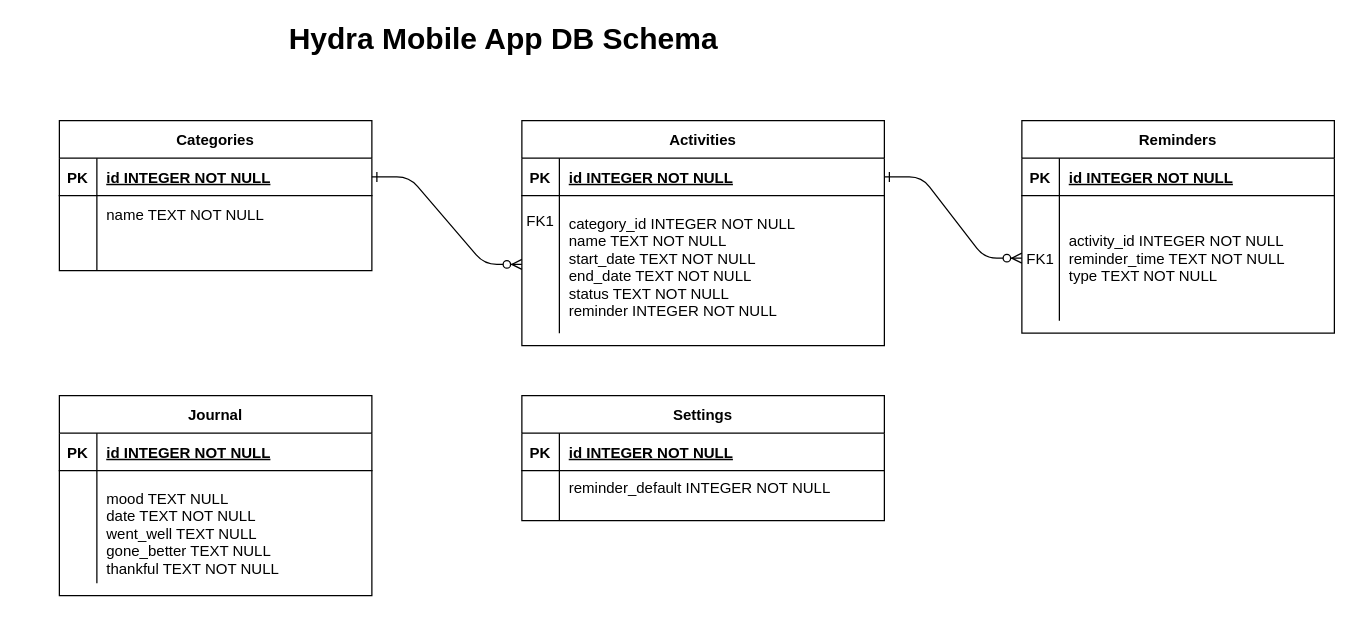
This is docs/activity-db.drawio from grizzthedj/hydra-mobile-old, a draw.io file, before an edit. Source tidied: cells renumbered, new cells numbered last; positions are measured from the earlier drawing's top-left corner, leaving out a move shared by most shapes. Both pictures are drawn from the tidied source at 125%, with x=0, y=0 at pixel (59, 26).
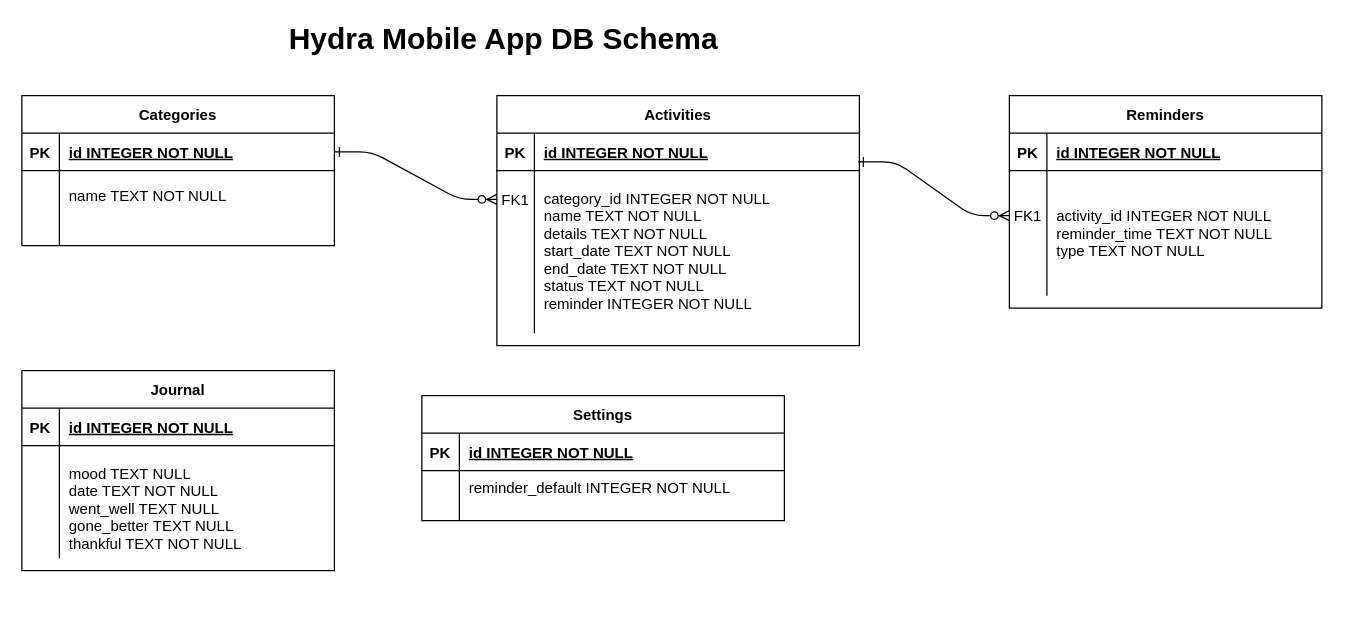
The same diagram, later.

Unchanged cells that the change refers to:
```xml
<mxCell id="4" style="shape=partialRectangle;fillColor=none;points=[[0,0.5],[1,0.5]];portConstraint=eastwest;top=0;left=0;right=0;bottom=1;" parent="3" vertex="1">
  <mxGeometry y="30" width="250" height="30" as="geometry" />
</mxCell>
<mxCell id="17" style="shape=partialRectangle;fillColor=none;points=[[0,0.5],[1,0.5]];portConstraint=eastwest;top=0;left=0;right=0;bottom=0;" parent="13" vertex="1">
  <mxGeometry y="60" width="250" height="100" as="geometry" />
</mxCell>
<mxCell id="21" style="shape=partialRectangle;fillColor=none;points=[[0,0.5],[1,0.5]];portConstraint=eastwest;top=0;left=0;right=0;bottom=1;" parent="20" vertex="1">
  <mxGeometry y="30" width="290" height="30" as="geometry" />
</mxCell>
```

What changed in the source:
```diff
@@
-    <mxCell id="2" style="edgeStyle=entityRelationEdgeStyle;endArrow=ERzeroToMany;startArrow=ERone;endFill=1;startFill=0;exitX=1;exitY=0.5;exitDx=0;exitDy=0;" parent="1" edge="1" source="21" target="17">
+    <mxCell id="2" style="edgeStyle=entityRelationEdgeStyle;endArrow=ERzeroToMany;startArrow=ERone;endFill=1;startFill=0;entryX=0;entryY=0.36;entryDx=0;entryDy=0;exitX=0.997;exitY=0.767;exitDx=0;exitDy=0;exitPerimeter=0;entryPerimeter=0;" parent="1" edge="1" source="21" target="17">
       <mxGeometry relative="1" as="geometry" />
     </mxCell>
     <mxCell id="3" value="Categories" style="shape=table;startSize=30;childLayout=tableLayout;rowLines=0;fontStyle=1;align=center;" parent="1" vertex="1">
-      <mxGeometry y="75" width="250" height="120" as="geometry" />
+      <mxGeometry x="-30" y="55" width="250" height="120" as="geometry" />
     </mxCell>
@@
     <mxCell id="7" style="shape=partialRectangle;fillColor=none;top=0;left=0;right=0;bottom=0;" parent="3" vertex="1">
-      <mxGeometry y="60" width="250" height="30" as="geometry" />
+      <mxGeometry y="60" width="250" height="40" as="geometry" />
     </mxCell>
     <mxCell id="8" style="shape=partialRectangle;overflow=hidden;fillColor=none;top=0;left=0;bottom=0;right=0;" parent="7" vertex="1">
-      <mxGeometry width="30" height="30" as="geometry" />
+      <mxGeometry width="30" height="40" as="geometry" />
     </mxCell>
     <mxCell id="9" value="name TEXT NOT NULL" style="shape=partialRectangle;overflow=hidden;fillColor=none;top=0;left=0;bottom=0;right=0;align=left;spacingLeft=6;" parent="7" vertex="1">
-      <mxGeometry x="30" width="220" height="30" as="geometry" />
+      <mxGeometry x="30" width="220" height="40" as="geometry" />
     </mxCell>
     <mxCell id="10" style="shape=partialRectangle;fillColor=none;top=0;left=0;right=0;bottom=0;" parent="3" vertex="1">
-      <mxGeometry y="90" width="250" height="30" as="geometry" />
+      <mxGeometry y="100" width="250" height="20" as="geometry" />
     </mxCell>
     <mxCell id="11" style="shape=partialRectangle;overflow=hidden;fillColor=none;top=0;left=0;bottom=0;right=0;" parent="10" vertex="1">
-      <mxGeometry width="30" height="30" as="geometry" />
+      <mxGeometry width="30" height="20" as="geometry" />
     </mxCell>
     <mxCell id="12" style="shape=partialRectangle;overflow=hidden;fillColor=none;top=0;left=0;bottom=0;right=0;align=left;spacingLeft=6;" parent="10" vertex="1">
-      <mxGeometry x="30" width="220" height="30" as="geometry" />
+      <mxGeometry x="30" width="220" height="20" as="geometry" />
     </mxCell>
     <mxCell id="13" value="Reminders" style="shape=table;startSize=30;childLayout=tableLayout;rowLines=0;fontStyle=1;align=center;" parent="1" vertex="1">
-      <mxGeometry x="770" y="75" width="250" height="170" as="geometry" />
+      <mxGeometry x="760" y="55" width="250" height="170" as="geometry" />
     </mxCell>
@@
-    <mxCell id="18" value="FK1" style="shape=partialRectangle;overflow=hidden;fillColor=none;top=0;left=0;bottom=0;right=0;" parent="17" vertex="1">
+    <mxCell id="18" value="FK1&#10;&#10;" style="shape=partialRectangle;overflow=hidden;fillColor=none;top=0;left=0;bottom=0;right=0;" parent="17" vertex="1">
       <mxGeometry width="30" height="100" as="geometry" />
     </mxCell>
@@
     <mxCell id="20" value="Activities" style="shape=table;startSize=30;childLayout=tableLayout;rowLines=0;fontStyle=1;align=center;" parent="1" vertex="1">
-      <mxGeometry x="370" y="75" width="290" height="180" as="geometry" />
+      <mxGeometry x="350" y="55" width="290" height="200" as="geometry" />
     </mxCell>
@@
     <mxCell id="24" style="shape=partialRectangle;fillColor=none;points=[[0,0.5],[1,0.5]];portConstraint=eastwest;top=0;left=0;right=0;bottom=0;" parent="20" vertex="1">
-      <mxGeometry y="60" width="290" height="110" as="geometry" />
+      <mxGeometry y="60" width="290" height="130" as="geometry" />
     </mxCell>
-    <mxCell id="25" value="FK1&#10;&#10;&#10;&#10;&#10;" style="shape=partialRectangle;overflow=hidden;fillColor=none;top=0;left=0;bottom=0;right=0;" parent="24" vertex="1">
-      <mxGeometry width="30" height="110" as="geometry" />
+    <mxCell id="25" value="FK1&#10;&#10;&#10;&#10;&#10;&#10;" style="shape=partialRectangle;overflow=hidden;fillColor=none;top=0;left=0;bottom=0;right=0;" parent="24" vertex="1">
+      <mxGeometry width="30" height="130" as="geometry" />
     </mxCell>
-    <mxCell id="26" value="&#10;category_id INTEGER NOT NULL&#10;name TEXT NOT NULL&#10;start_date TEXT NOT NULL&#10;end_date TEXT NOT NULL&#10;status TEXT NOT NULL&#10;reminder INTEGER NOT NULL&#10;&#10;" style="shape=partialRectangle;overflow=hidden;fillColor=none;top=0;left=0;bottom=0;right=0;align=left;spacingLeft=6;" parent="24" vertex="1">
-      <mxGeometry x="30" width="260" height="110" as="geometry" />
+    <mxCell id="26" value="&#10;category_id INTEGER NOT NULL&#10;name TEXT NOT NULL&#10;details TEXT NOT NULL&#10;start_date TEXT NOT NULL&#10;end_date TEXT NOT NULL&#10;status TEXT NOT NULL&#10;reminder INTEGER NOT NULL&#10;&#10;" style="shape=partialRectangle;overflow=hidden;fillColor=none;top=0;left=0;bottom=0;right=0;align=left;spacingLeft=6;" parent="24" vertex="1">
+      <mxGeometry x="30" width="260" height="130" as="geometry" />
     </mxCell>
@@
     <mxCell id="28" value="Journal" style="shape=table;startSize=30;childLayout=tableLayout;rowLines=0;fontStyle=1;align=center;" parent="1" vertex="1">
-      <mxGeometry y="295" width="250" height="160" as="geometry" />
+      <mxGeometry x="-30" y="275" width="250" height="160" as="geometry" />
     </mxCell>
@@
-    <mxCell id="35" style="edgeStyle=entityRelationEdgeStyle;endArrow=ERzeroToMany;startArrow=ERone;endFill=1;startFill=0;entryX=0;entryY=0.5;entryDx=0;entryDy=0;exitX=1;exitY=0.5;exitDx=0;exitDy=0;" parent="1" edge="1" source="4" target="24">
+    <mxCell id="35" style="edgeStyle=entityRelationEdgeStyle;endArrow=ERzeroToMany;startArrow=ERone;endFill=1;startFill=0;exitX=1;exitY=0.5;exitDx=0;exitDy=0;entryX=0;entryY=0.177;entryDx=0;entryDy=0;entryPerimeter=0;" parent="1" edge="1" source="4" target="24">
       <mxGeometry relative="1" as="geometry" />
     </mxCell>
     <mxCell id="36" value="Settings" style="shape=table;startSize=30;childLayout=tableLayout;rowLines=0;fontStyle=1;align=center;" parent="1" vertex="1">
-      <mxGeometry x="370" y="295" width="290" height="100" as="geometry" />
+      <mxGeometry x="290" y="295" width="290" height="100" as="geometry" />
     </mxCell>
```
